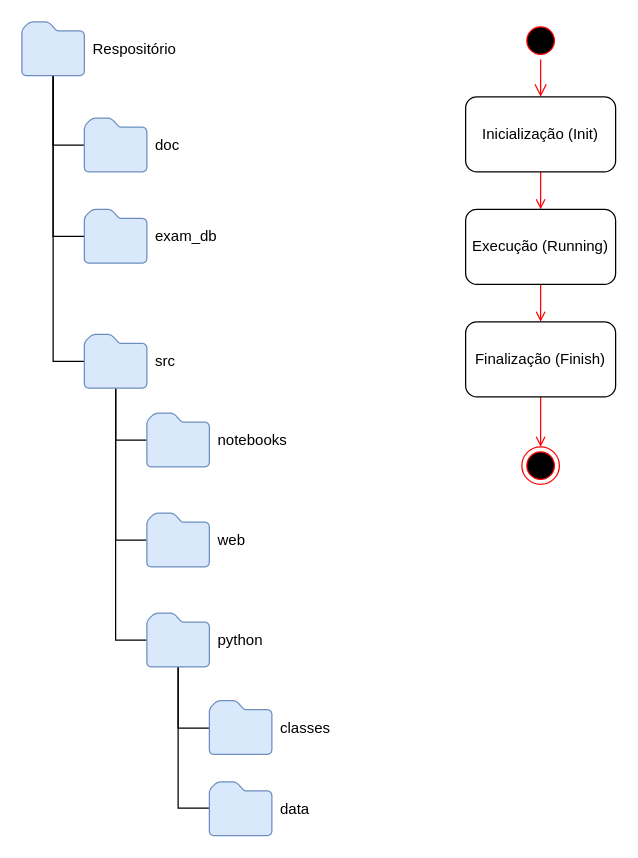
fabiodias1/databricks-page-exam keeps this draw.io diagram as doc/Diagrams1.drawio. Above is the earlier version. Source tidied: cells renumbered, new cells numbered last; positions are measured from the earlier drawing's top-left corner, leaving out a move shared by most shapes. Both pictures are drawn from the tidied source at 125%, with x=0, y=0 at pixel (21, 21).
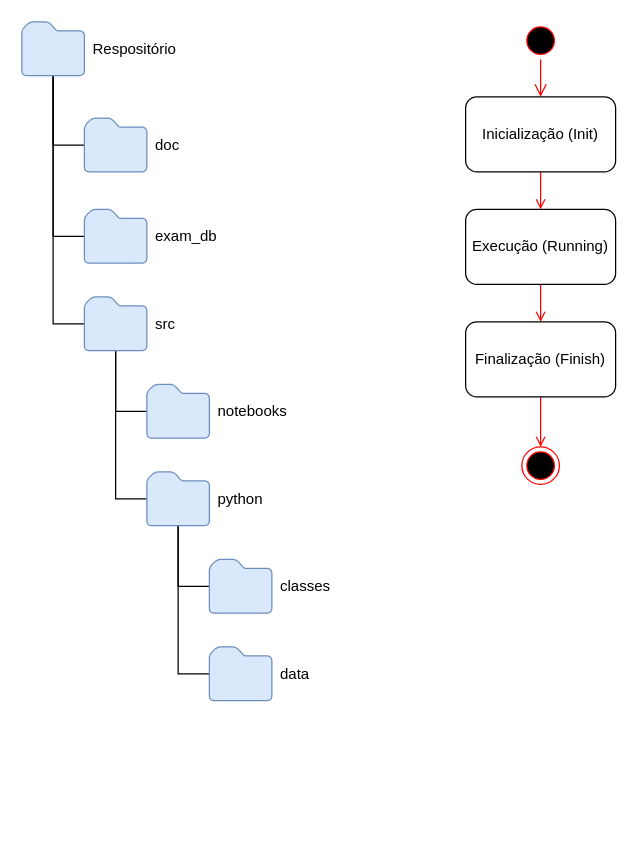
Above is the later version.

Change to the diagram source:
```diff
@@
-    <mxCell id="8" style="edgeStyle=orthogonalEdgeStyle;rounded=0;jettySize=auto;html=1;entryX=0;entryY=0.5;entryDx=0;entryDy=0;entryPerimeter=0;startArrow=none;startFill=0;endArrow=none;endFill=0;" parent="1" edge="1" source="10" target="12">
-      <mxGeometry relative="1" as="geometry" />
-    </mxCell>
@@
     <mxCell id="10" value="src" style="sketch=0;shadow=0;dashed=0;html=1;strokeColor=#6c8ebf;labelPosition=right;verticalLabelPosition=middle;verticalAlign=middle;align=left;fillColor=#dae8fc;shape=mxgraph.mscae.enterprise.folder;spacingLeft=5;" parent="1" vertex="1">
-      <mxGeometry x="50" y="250" width="50" height="43" as="geometry" />
+      <mxGeometry x="50" y="220" width="50" height="43" as="geometry" />
     </mxCell>
     <mxCell id="11" value="notebooks" style="sketch=0;shadow=0;dashed=0;html=1;strokeColor=#6c8ebf;labelPosition=right;verticalLabelPosition=middle;verticalAlign=middle;align=left;fillColor=#dae8fc;shape=mxgraph.mscae.enterprise.folder;spacingLeft=5;" parent="1" vertex="1">
-      <mxGeometry x="100" y="313" width="50" height="43" as="geometry" />
+      <mxGeometry x="100" y="290" width="50" height="43" as="geometry" />
     </mxCell>
-    <mxCell id="12" value="web" style="sketch=0;shadow=0;dashed=0;html=1;strokeColor=#6c8ebf;labelPosition=right;verticalLabelPosition=middle;verticalAlign=middle;align=left;fillColor=#dae8fc;shape=mxgraph.mscae.enterprise.folder;spacingLeft=5;" parent="1" vertex="1">
-      <mxGeometry x="100" y="393" width="50" height="43" as="geometry" />
-    </mxCell>
-    <mxCell id="13" style="edgeStyle=orthogonalEdgeStyle;rounded=0;jettySize=auto;html=1;endArrow=none;endFill=0;exitX=0.5;exitY=1;exitDx=0;exitDy=0;exitPerimeter=0;" parent="1" edge="1" source="15" target="16">
+    <mxCell id="13" style="edgeStyle=orthogonalEdgeStyle;rounded=0;jettySize=auto;html=1;endArrow=none;endFill=0;exitX=0.5;exitY=1;exitDx=0;exitDy=0;exitPerimeter=0;entryX=0;entryY=0.5;entryDx=0;entryDy=0;entryPerimeter=0;" parent="1" edge="1" source="15" target="16">
       <mxGeometry relative="1" as="geometry">
         <Array as="points">
-          <mxPoint x="125" y="565" />
+          <mxPoint x="125" y="452" />
         </Array>
       </mxGeometry>
     </mxCell>
-    <mxCell id="14" style="edgeStyle=orthogonalEdgeStyle;rounded=0;jettySize=auto;html=1;endArrow=none;endFill=0;" parent="1" edge="1" source="15" target="17">
+    <mxCell id="14" style="edgeStyle=orthogonalEdgeStyle;rounded=0;jettySize=auto;html=1;endArrow=none;endFill=0;entryX=0;entryY=0.5;entryDx=0;entryDy=0;entryPerimeter=0;" parent="1" edge="1" source="15" target="17">
       <mxGeometry relative="1" as="geometry">
         <Array as="points">
-          <mxPoint x="125" y="629" />
+          <mxPoint x="125" y="522" />
         </Array>
       </mxGeometry>
     </mxCell>
     <mxCell id="15" value="python" style="sketch=0;shadow=0;dashed=0;html=1;strokeColor=#6c8ebf;labelPosition=right;verticalLabelPosition=middle;verticalAlign=middle;align=left;fillColor=#dae8fc;shape=mxgraph.mscae.enterprise.folder;spacingLeft=5;" parent="1" vertex="1">
-      <mxGeometry x="100" y="473" width="50" height="43" as="geometry" />
+      <mxGeometry x="100" y="360" width="50" height="43" as="geometry" />
     </mxCell>
     <mxCell id="16" value="classes" style="sketch=0;shadow=0;dashed=0;html=1;strokeColor=#6c8ebf;labelPosition=right;verticalLabelPosition=middle;verticalAlign=middle;align=left;fillColor=#dae8fc;shape=mxgraph.mscae.enterprise.folder;spacingLeft=5;" parent="1" vertex="1">
-      <mxGeometry x="150" y="543" width="50" height="43" as="geometry" />
+      <mxGeometry x="150" y="430" width="50" height="43" as="geometry" />
     </mxCell>
     <mxCell id="17" value="data" style="sketch=0;shadow=0;dashed=0;html=1;strokeColor=#6c8ebf;labelPosition=right;verticalLabelPosition=middle;verticalAlign=middle;align=left;fillColor=#dae8fc;shape=mxgraph.mscae.enterprise.folder;spacingLeft=5;" parent="1" vertex="1">
-      <mxGeometry x="150" y="608" width="50" height="43" as="geometry" />
+      <mxGeometry x="150" y="500" width="50" height="43" as="geometry" />
     </mxCell>
```
